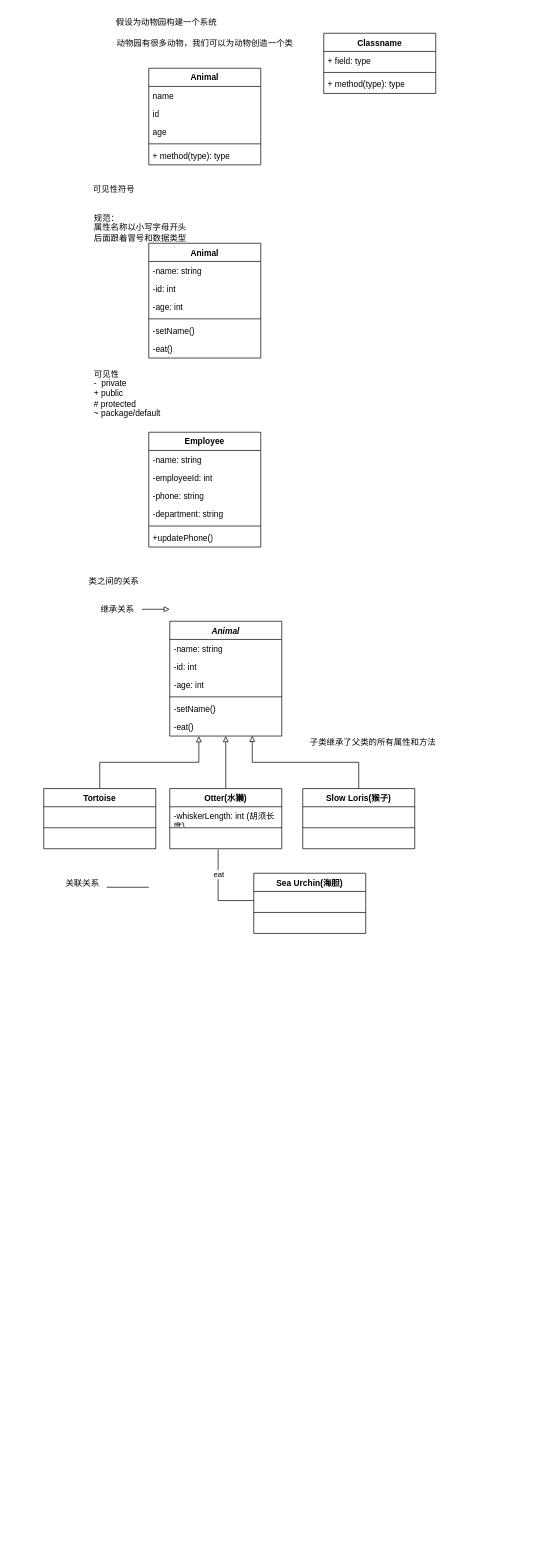
Above: test_uml.drawio in liu-moon/img (draw.io), before the change. Source tidied: cells renumbered, new cells numbered last; positions are measured from the earlier drawing's top-left corner, leaving out a move shared by most shapes. Both pictures are drawn from the tidied source at 70%, with x=0, y=0 at pixel (43, 12).
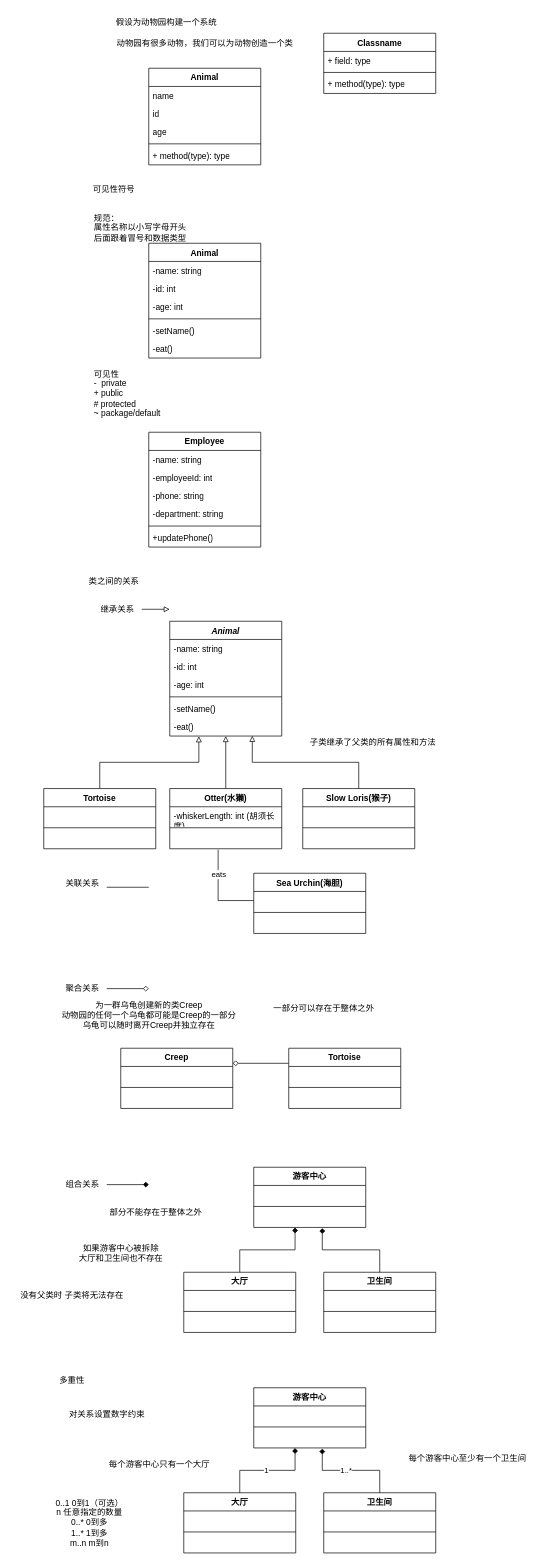
The same page after the edit.

Unchanged cells that the change refers to:
```xml
<mxCell id="62" style="edgeStyle=orthogonalEdgeStyle;rounded=0;jettySize=auto;html=1;exitX=0;exitY=0.5;exitDx=0;exitDy=0;entryX=0.432;entryY=1.05;entryDx=0;entryDy=0;entryPerimeter=0;endArrow=none;endFill=0;" parent="1" edge="1" source="59" target="50">
  <mxGeometry relative="1" as="geometry">
    <Array as="points">
      <mxPoint x="250" y="1269" />
      <mxPoint x="250" y="1196" />
    </Array>
  </mxGeometry>
</mxCell>
```

Diff of the diagram source:
```diff
@@
-    <mxCell id="63" value="eat" style="edgeLabel;html=1;align=center;verticalAlign=middle;" parent="62" vertex="1">
+    <mxCell id="63" value="eats" style="edgeLabel;html=1;align=center;verticalAlign=middle;" parent="62" vertex="1">
       <mxGeometry x="0.43" relative="1" as="geometry" />
     </mxCell>
@@
+    <mxCell id="65" value="聚合关系" style="text;html=1;align=center;verticalAlign=middle;strokeColor=none;fillColor=none;" parent="1" vertex="1">
+      <mxGeometry x="20" y="1380" width="70" height="30" as="geometry" />
+    </mxCell>
+    <mxCell id="66" style="endArrow=diamond;html=1;rounded=0;endFill=0;" parent="1" edge="1">
+      <mxGeometry relative="1" as="geometry">
+        <mxPoint x="90" y="1394.8" as="sourcePoint" />
+        <mxPoint x="150" y="1394.8" as="targetPoint" />
+      </mxGeometry>
+    </mxCell>
+    <mxCell id="67" value="为一群乌龟创建新的类Creep&lt;br&gt;动物园的任何一个乌龟都可能是Creep的一部分&lt;br&gt;乌龟可以随时离开Creep并独立存在" style="text;html=1;align=center;verticalAlign=middle;strokeColor=none;fillColor=none;" parent="1" vertex="1">
+      <mxGeometry x="15" y="1403" width="270" height="60" as="geometry" />
+    </mxCell>
+    <mxCell id="68" style="edgeStyle=orthogonalEdgeStyle;rounded=0;jettySize=auto;html=1;exitX=0;exitY=0.25;exitDx=0;exitDy=0;entryX=1;entryY=0.25;entryDx=0;entryDy=0;endArrow=diamond;endFill=0;" parent="1" edge="1" source="69" target="73">
+      <mxGeometry relative="1" as="geometry" />
+    </mxCell>
+    <mxCell id="69" value="Tortoise" style="swimlane;fontStyle=1;align=center;verticalAlign=top;horizontal=1;startSize=26;whiteSpace=wrap;html=1;" parent="1" vertex="1">
+      <mxGeometry x="350" y="1480" width="160" height="86" as="geometry" />
+    </mxCell>
+    <mxCell id="70" value="&amp;nbsp;" style="text;strokeColor=none;fillColor=none;align=left;verticalAlign=top;spacingLeft=4;spacingRight=4;overflow=hidden;whiteSpace=wrap;html=1;" parent="69" vertex="1">
+      <mxGeometry y="26" width="160" height="26" as="geometry" />
+    </mxCell>
+    <mxCell id="71" style="line;strokeWidth=1;fillColor=none;align=left;verticalAlign=middle;spacingTop=-1;spacingLeft=3;spacingRight=3;labelPosition=right;strokeColor=inherit;" parent="69" vertex="1">
+      <mxGeometry y="52" width="160" height="8" as="geometry" />
+    </mxCell>
+    <mxCell id="72" value="&amp;nbsp;" style="text;strokeColor=none;fillColor=none;align=left;verticalAlign=top;spacingLeft=4;spacingRight=4;overflow=hidden;whiteSpace=wrap;html=1;" parent="69" vertex="1">
+      <mxGeometry y="60" width="160" height="26" as="geometry" />
+    </mxCell>
+    <mxCell id="73" value="Creep" style="swimlane;fontStyle=1;align=center;verticalAlign=top;horizontal=1;startSize=26;whiteSpace=wrap;html=1;" parent="1" vertex="1">
+      <mxGeometry x="110" y="1480" width="160" height="86" as="geometry" />
+    </mxCell>
+    <mxCell id="74" value="&amp;nbsp;" style="text;strokeColor=none;fillColor=none;align=left;verticalAlign=top;spacingLeft=4;spacingRight=4;overflow=hidden;whiteSpace=wrap;html=1;" parent="73" vertex="1">
+      <mxGeometry y="26" width="160" height="26" as="geometry" />
+    </mxCell>
+    <mxCell id="75" style="line;strokeWidth=1;fillColor=none;align=left;verticalAlign=middle;spacingTop=-1;spacingLeft=3;spacingRight=3;labelPosition=right;strokeColor=inherit;" parent="73" vertex="1">
+      <mxGeometry y="52" width="160" height="8" as="geometry" />
+    </mxCell>
+    <mxCell id="76" value="&amp;nbsp;" style="text;strokeColor=none;fillColor=none;align=left;verticalAlign=top;spacingLeft=4;spacingRight=4;overflow=hidden;whiteSpace=wrap;html=1;" parent="73" vertex="1">
+      <mxGeometry y="60" width="160" height="26" as="geometry" />
+    </mxCell>
+    <mxCell id="77" value="一部分可以存在于整体之外" style="text;html=1;align=center;verticalAlign=middle;strokeColor=none;fillColor=none;" parent="1" vertex="1">
+      <mxGeometry x="315" y="1408" width="170" height="30" as="geometry" />
+    </mxCell>
+    <mxCell id="78" value="部分不能存在于整体之外" style="text;html=1;align=center;verticalAlign=middle;strokeColor=none;fillColor=none;" parent="1" vertex="1">
+      <mxGeometry x="80" y="1700" width="160" height="30" as="geometry" />
+    </mxCell>
+    <mxCell id="79" value="组合关系" style="text;html=1;align=center;verticalAlign=middle;strokeColor=none;fillColor=none;" parent="1" vertex="1">
+      <mxGeometry x="20" y="1660" width="70" height="30" as="geometry" />
+    </mxCell>
+    <mxCell id="80" style="endArrow=diamond;html=1;rounded=0;endFill=1;" parent="1" edge="1">
+      <mxGeometry relative="1" as="geometry">
+        <mxPoint x="90" y="1674.8" as="sourcePoint" />
+        <mxPoint x="150" y="1674.8" as="targetPoint" />
+      </mxGeometry>
+    </mxCell>
+    <mxCell id="81" value="游客中心" style="swimlane;fontStyle=1;align=center;verticalAlign=top;horizontal=1;startSize=26;whiteSpace=wrap;html=1;" parent="1" vertex="1">
+      <mxGeometry x="300" y="1650" width="160" height="86" as="geometry" />
+    </mxCell>
+    <mxCell id="82" value="&amp;nbsp;" style="text;strokeColor=none;fillColor=none;align=left;verticalAlign=top;spacingLeft=4;spacingRight=4;overflow=hidden;whiteSpace=wrap;html=1;" parent="81" vertex="1">
+      <mxGeometry y="26" width="160" height="26" as="geometry" />
+    </mxCell>
+    <mxCell id="83" style="line;strokeWidth=1;fillColor=none;align=left;verticalAlign=middle;spacingTop=-1;spacingLeft=3;spacingRight=3;labelPosition=right;strokeColor=inherit;" parent="81" vertex="1">
+      <mxGeometry y="52" width="160" height="8" as="geometry" />
+    </mxCell>
+    <mxCell id="84" value="&amp;nbsp;" style="text;strokeColor=none;fillColor=none;align=left;verticalAlign=top;spacingLeft=4;spacingRight=4;overflow=hidden;points=[[0,0.5],[1,0.5]];portConstraint=eastwest;whiteSpace=wrap;html=1;" parent="81" vertex="1">
+      <mxGeometry y="60" width="160" height="26" as="geometry" />
+    </mxCell>
+    <mxCell id="85" value="大厅" style="swimlane;fontStyle=1;align=center;verticalAlign=top;horizontal=1;startSize=26;whiteSpace=wrap;html=1;" parent="1" vertex="1">
+      <mxGeometry x="200" y="1800" width="160" height="86" as="geometry" />
+    </mxCell>
+    <mxCell id="86" value="&amp;nbsp;" style="text;strokeColor=none;fillColor=none;align=left;verticalAlign=top;spacingLeft=4;spacingRight=4;overflow=hidden;whiteSpace=wrap;html=1;" parent="85" vertex="1">
+      <mxGeometry y="26" width="160" height="26" as="geometry" />
+    </mxCell>
+    <mxCell id="87" style="line;strokeWidth=1;fillColor=none;align=left;verticalAlign=middle;spacingTop=-1;spacingLeft=3;spacingRight=3;labelPosition=right;strokeColor=inherit;" parent="85" vertex="1">
+      <mxGeometry y="52" width="160" height="8" as="geometry" />
+    </mxCell>
+    <mxCell id="88" value="&amp;nbsp;" style="text;strokeColor=none;fillColor=none;align=left;verticalAlign=top;spacingLeft=4;spacingRight=4;overflow=hidden;whiteSpace=wrap;html=1;" parent="85" vertex="1">
+      <mxGeometry y="60" width="160" height="26" as="geometry" />
+    </mxCell>
+    <mxCell id="89" value="卫生间" style="swimlane;fontStyle=1;align=center;verticalAlign=top;horizontal=1;startSize=26;whiteSpace=wrap;html=1;" parent="1" vertex="1">
+      <mxGeometry x="400" y="1800" width="160" height="86" as="geometry" />
+    </mxCell>
+    <mxCell id="90" value="&amp;nbsp;" style="text;strokeColor=none;fillColor=none;align=left;verticalAlign=top;spacingLeft=4;spacingRight=4;overflow=hidden;whiteSpace=wrap;html=1;" parent="89" vertex="1">
+      <mxGeometry y="26" width="160" height="26" as="geometry" />
+    </mxCell>
+    <mxCell id="91" style="line;strokeWidth=1;fillColor=none;align=left;verticalAlign=middle;spacingTop=-1;spacingLeft=3;spacingRight=3;labelPosition=right;strokeColor=inherit;" parent="89" vertex="1">
+      <mxGeometry y="52" width="160" height="8" as="geometry" />
+    </mxCell>
+    <mxCell id="92" value="&amp;nbsp;" style="text;strokeColor=none;fillColor=none;align=left;verticalAlign=top;spacingLeft=4;spacingRight=4;overflow=hidden;whiteSpace=wrap;html=1;" parent="89" vertex="1">
+      <mxGeometry y="60" width="160" height="26" as="geometry" />
+    </mxCell>
+    <mxCell id="93" value="如果游客中心被拆除&lt;br&gt;大厅和卫生间也不存在" style="text;html=1;align=center;verticalAlign=middle;strokeColor=none;fillColor=none;" parent="1" vertex="1">
+      <mxGeometry x="40" y="1753" width="140" height="40" as="geometry" />
+    </mxCell>
+    <mxCell id="94" value="没有父类时 子类将无法存在" style="text;html=1;align=center;verticalAlign=middle;strokeColor=none;fillColor=none;" parent="1" vertex="1">
+      <mxGeometry x="-45" y="1818" width="170" height="30" as="geometry" />
+    </mxCell>
+    <mxCell id="95" style="edgeStyle=orthogonalEdgeStyle;rounded=0;jettySize=auto;html=1;exitX=0.5;exitY=0;exitDx=0;exitDy=0;entryX=0.369;entryY=1.005;entryDx=0;entryDy=0;entryPerimeter=0;endArrow=diamond;endFill=1;" parent="1" edge="1" source="85" target="84">
+      <mxGeometry relative="1" as="geometry" />
+    </mxCell>
+    <mxCell id="96" style="edgeStyle=orthogonalEdgeStyle;rounded=0;jettySize=auto;html=1;exitX=0.5;exitY=0;exitDx=0;exitDy=0;entryX=0.612;entryY=1.038;entryDx=0;entryDy=0;entryPerimeter=0;endArrow=diamond;endFill=1;" parent="1" edge="1" source="89" target="84">
+      <mxGeometry relative="1" as="geometry" />
+    </mxCell>
+    <mxCell id="97" value="多重性" style="text;html=1;align=center;verticalAlign=middle;strokeColor=none;fillColor=none;" parent="1" vertex="1">
+      <mxGeometry x="10" y="1940" width="60" height="30" as="geometry" />
+    </mxCell>
+    <mxCell id="98" value="对关系设置数字约束" style="text;html=1;align=center;verticalAlign=middle;strokeColor=none;fillColor=none;" parent="1" vertex="1">
+      <mxGeometry x="25" y="1988" width="130" height="30" as="geometry" />
+    </mxCell>
+    <mxCell id="99" value="每个游客中心只有一个大厅" style="text;html=1;align=center;verticalAlign=middle;strokeColor=none;fillColor=none;" parent="1" vertex="1">
+      <mxGeometry x="80" y="2060" width="170" height="30" as="geometry" />
+    </mxCell>
+    <mxCell id="100" value="每个游客中心至少有一个卫生间" style="text;html=1;align=center;verticalAlign=middle;strokeColor=none;fillColor=none;" parent="1" vertex="1">
+      <mxGeometry x="510" y="2051" width="190" height="30" as="geometry" />
+    </mxCell>
+    <mxCell id="101" value="游客中心" style="swimlane;fontStyle=1;align=center;verticalAlign=top;horizontal=1;startSize=26;whiteSpace=wrap;html=1;" parent="1" vertex="1">
+      <mxGeometry x="300" y="1965" width="160" height="86" as="geometry" />
+    </mxCell>
+    <mxCell id="102" value="&amp;nbsp;" style="text;strokeColor=none;fillColor=none;align=left;verticalAlign=top;spacingLeft=4;spacingRight=4;overflow=hidden;whiteSpace=wrap;html=1;" parent="101" vertex="1">
+      <mxGeometry y="26" width="160" height="26" as="geometry" />
+    </mxCell>
+    <mxCell id="103" style="line;strokeWidth=1;fillColor=none;align=left;verticalAlign=middle;spacingTop=-1;spacingLeft=3;spacingRight=3;labelPosition=right;strokeColor=inherit;" parent="101" vertex="1">
+      <mxGeometry y="52" width="160" height="8" as="geometry" />
+    </mxCell>
+    <mxCell id="104" value="&amp;nbsp;" style="text;strokeColor=none;fillColor=none;align=left;verticalAlign=top;spacingLeft=4;spacingRight=4;overflow=hidden;points=[[0,0.5],[1,0.5]];portConstraint=eastwest;whiteSpace=wrap;html=1;" parent="101" vertex="1">
+      <mxGeometry y="60" width="160" height="26" as="geometry" />
+    </mxCell>
+    <mxCell id="105" value="大厅" style="swimlane;fontStyle=1;align=center;verticalAlign=top;horizontal=1;startSize=26;whiteSpace=wrap;html=1;" parent="1" vertex="1">
+      <mxGeometry x="200" y="2115" width="160" height="86" as="geometry" />
+    </mxCell>
+    <mxCell id="106" value="&amp;nbsp;" style="text;strokeColor=none;fillColor=none;align=left;verticalAlign=top;spacingLeft=4;spacingRight=4;overflow=hidden;whiteSpace=wrap;html=1;" parent="105" vertex="1">
+      <mxGeometry y="26" width="160" height="26" as="geometry" />
+    </mxCell>
+    <mxCell id="107" style="line;strokeWidth=1;fillColor=none;align=left;verticalAlign=middle;spacingTop=-1;spacingLeft=3;spacingRight=3;labelPosition=right;strokeColor=inherit;" parent="105" vertex="1">
+      <mxGeometry y="52" width="160" height="8" as="geometry" />
+    </mxCell>
+    <mxCell id="108" value="&amp;nbsp;" style="text;strokeColor=none;fillColor=none;align=left;verticalAlign=top;spacingLeft=4;spacingRight=4;overflow=hidden;whiteSpace=wrap;html=1;" parent="105" vertex="1">
+      <mxGeometry y="60" width="160" height="26" as="geometry" />
+    </mxCell>
+    <mxCell id="109" value="卫生间" style="swimlane;fontStyle=1;align=center;verticalAlign=top;horizontal=1;startSize=26;whiteSpace=wrap;html=1;" parent="1" vertex="1">
+      <mxGeometry x="400" y="2115" width="160" height="86" as="geometry" />
+    </mxCell>
+    <mxCell id="110" value="&amp;nbsp;" style="text;strokeColor=none;fillColor=none;align=left;verticalAlign=top;spacingLeft=4;spacingRight=4;overflow=hidden;whiteSpace=wrap;html=1;" parent="109" vertex="1">
+      <mxGeometry y="26" width="160" height="26" as="geometry" />
+    </mxCell>
+    <mxCell id="111" style="line;strokeWidth=1;fillColor=none;align=left;verticalAlign=middle;spacingTop=-1;spacingLeft=3;spacingRight=3;labelPosition=right;strokeColor=inherit;" parent="109" vertex="1">
+      <mxGeometry y="52" width="160" height="8" as="geometry" />
+    </mxCell>
+    <mxCell id="112" value="&amp;nbsp;" style="text;strokeColor=none;fillColor=none;align=left;verticalAlign=top;spacingLeft=4;spacingRight=4;overflow=hidden;whiteSpace=wrap;html=1;" parent="109" vertex="1">
+      <mxGeometry y="60" width="160" height="26" as="geometry" />
+    </mxCell>
+    <mxCell id="113" style="edgeStyle=orthogonalEdgeStyle;rounded=0;jettySize=auto;html=1;exitX=0.5;exitY=0;exitDx=0;exitDy=0;entryX=0.369;entryY=1.005;entryDx=0;entryDy=0;entryPerimeter=0;endArrow=diamond;endFill=1;" parent="1" edge="1" source="105" target="104">
+      <mxGeometry relative="1" as="geometry" />
+    </mxCell>
+    <mxCell id="114" value="1" style="edgeLabel;html=1;align=center;verticalAlign=middle;" parent="113" vertex="1">
+      <mxGeometry x="-0.03" relative="1" as="geometry" />
+    </mxCell>
+    <mxCell id="115" style="edgeStyle=orthogonalEdgeStyle;rounded=0;jettySize=auto;html=1;exitX=0.5;exitY=0;exitDx=0;exitDy=0;entryX=0.612;entryY=1.038;entryDx=0;entryDy=0;entryPerimeter=0;endArrow=diamond;endFill=1;" parent="1" edge="1" source="109" target="104">
+      <mxGeometry relative="1" as="geometry" />
+    </mxCell>
+    <mxCell id="116" value="1..*" style="edgeLabel;html=1;align=center;verticalAlign=middle;" parent="115" vertex="1">
+      <mxGeometry x="0.12" y="-1" relative="1" as="geometry" />
+    </mxCell>
+    <mxCell id="117" value="0..1 0到1（可选）&lt;br&gt;n 任意指定的数量&lt;div&gt;0..* 0到多&lt;/div&gt;&lt;div&gt;1..* 1到多&lt;/div&gt;&lt;div&gt;m..n m到n&lt;/div&gt;" style="text;html=1;align=center;verticalAlign=middle;strokeColor=none;fillColor=none;" parent="1" vertex="1">
+      <mxGeometry x="5" y="2113" width="120" height="90" as="geometry" />
+    </mxCell>
```
